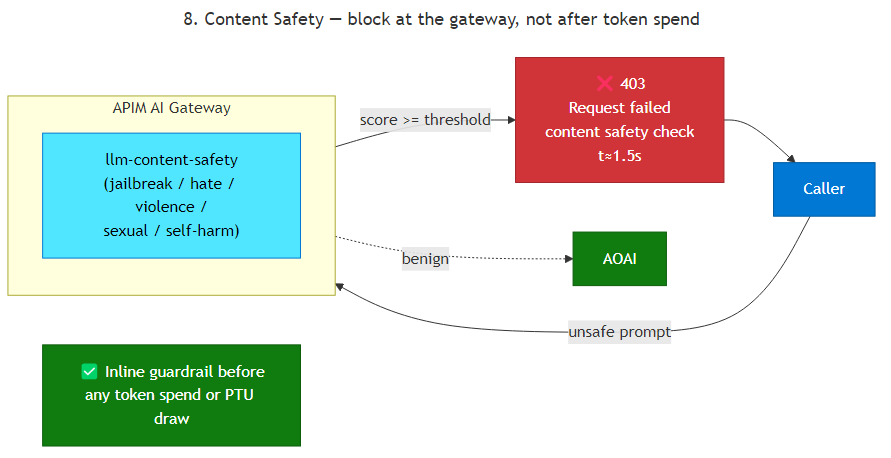
renepajta/apim-ai-gateway-lab keeps this Mermaid diagram as notebooks/diagrams/08-safety.png. Above is the earlier version. Its source is kept beside it as notebooks/diagrams/08-safety.mmd. The source it was exported from:
```mermaid
---
title: 8. Content Safety — block at the gateway, not after token spend
---
flowchart LR
    C["Caller"] -->|"unsafe prompt"| G
    subgraph G["APIM AI Gateway"]
        S["llm-content-safety<br/>(jailbreak / hate / violence /<br/>sexual / self-harm)"]
    end
    G -- "score >= threshold" --> X["❌ 403<br/>Request failed<br/>content safety check<br/>t≈1.5s"]
    G -. "benign" .-> B["AOAI"]
    X --> C

    note["✅ Inline guardrail before<br/>any token spend or PTU draw"]

    classDef client fill:#0078D4,stroke:#005A9E,color:#fff
    classDef gw fill:#50E6FF,stroke:#0078D4,color:#000
    classDef be fill:#107C10,stroke:#0B5C0B,color:#fff
    classDef bad fill:#D13438,stroke:#A4262C,color:#fff
    classDef good fill:#107C10,stroke:#0B5C0B,color:#fff
    class C client
    class S gw
    class B be
    class X bad
    class note good
```
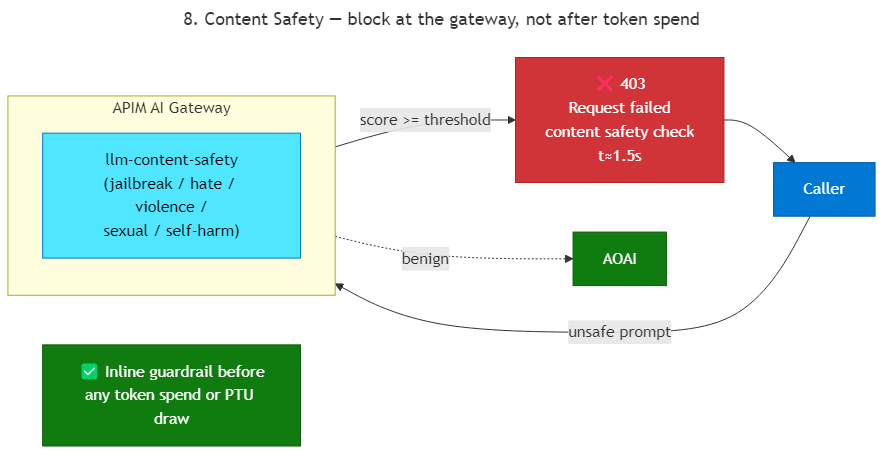
The same file after the commit.

The edit, as a diff of the source:
```diff
@@ -1,5 +1,5 @@
 ---
-title: 8. Content Safety — block at the gateway, not after token spend
+title: 8. Content Safety, block at the gateway, not after token spend
 ---
 flowchart LR
     C["Caller"] -->|"unsafe prompt"| G
```
